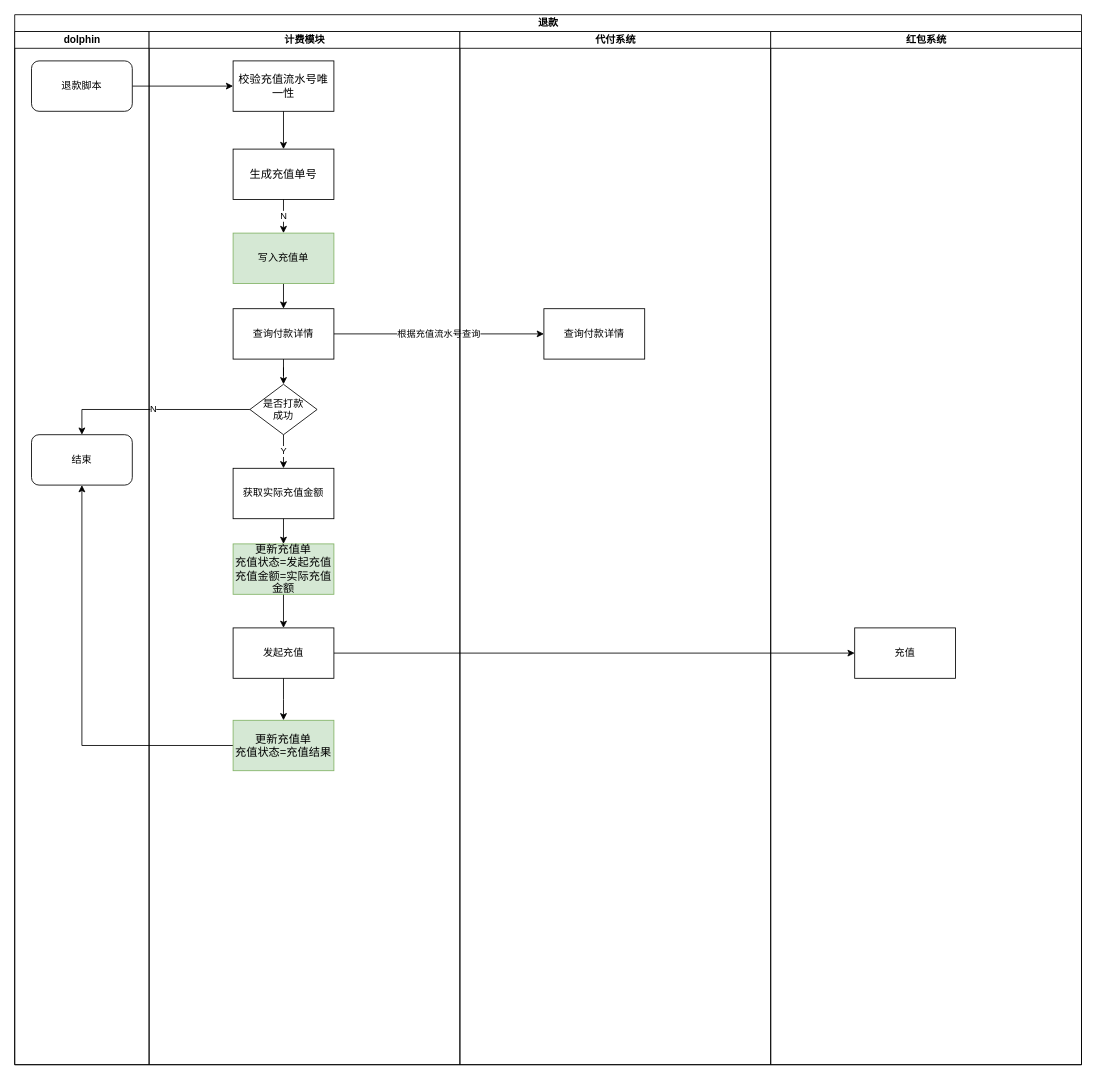
This is page "退款脚本" (7 of 8) of 商业化广告.drawio from pekah/Draw, a draw.io file, before an edit. Source tidied: cells renumbered, new cells numbered last; positions are measured from the earlier drawing's top-left corner, leaving out a move shared by most shapes. Both pictures are drawn from the tidied source at 84%, with x=0, y=0 at pixel (14, 14).
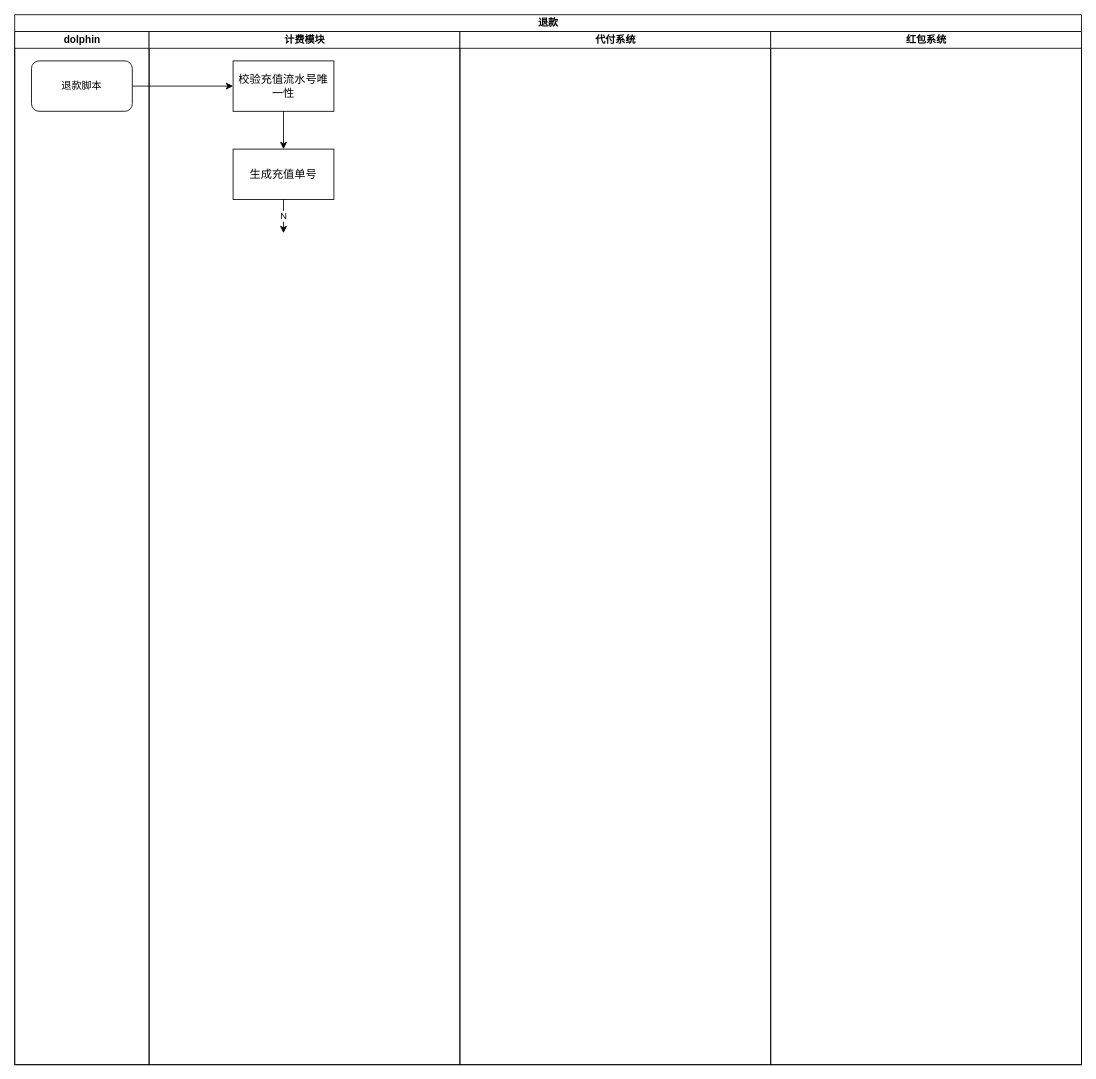
After the change.

The change refers to these unchanged cells:
```xml
<mxCell id="2" value="退款" style="swimlane;html=1;startSize=20;" parent="1" vertex="1">
  <mxGeometry width="1270" height="1250" as="geometry" />
</mxCell>
<mxCell id="4" value="dolphin" style="swimlane;html=1;startSize=20;" parent="2" vertex="1">
  <mxGeometry y="20" width="160" height="1230" as="geometry" />
</mxCell>
<mxCell id="11" value="计费模块" style="swimlane;html=1;startSize=20;" parent="2" vertex="1">
  <mxGeometry x="160" y="20" width="370" height="1230" as="geometry" />
</mxCell>
<mxCell id="26" value="代付系统" style="swimlane;html=1;startSize=20;" parent="2" vertex="1">
  <mxGeometry x="530" y="20" width="370" height="1230" as="geometry" />
</mxCell>
<mxCell id="28" value="红包系统" style="swimlane;html=1;startSize=20;" parent="2" vertex="1">
  <mxGeometry x="900" y="20" width="370" height="1230" as="geometry" />
</mxCell>
```

What changed in the source:
```diff
@@
-    <mxCell id="6" value="结束" style="rounded=1;whiteSpace=wrap;html=1;" parent="4" vertex="1">
-      <mxGeometry x="20" y="480" width="120" height="60" as="geometry" />
-    </mxCell>
-    <mxCell id="7" value="根据充值流水号查询" style="edgeStyle=orthogonalEdgeStyle;rounded=0;jettySize=auto;html=1;exitX=1;exitY=0.5;exitDx=0;exitDy=0;entryX=0;entryY=0.5;entryDx=0;entryDy=0;" parent="2" edge="1" source="15" target="27">
-      <mxGeometry relative="1" as="geometry" />
-    </mxCell>
-    <mxCell id="8" value="N" style="edgeStyle=orthogonalEdgeStyle;rounded=0;jettySize=auto;html=1;entryX=0.5;entryY=0;entryDx=0;entryDy=0;" parent="2" edge="1" source="17" target="6">
-      <mxGeometry relative="1" as="geometry" />
-    </mxCell>
-    <mxCell id="9" style="edgeStyle=orthogonalEdgeStyle;rounded=0;jettySize=auto;html=1;exitX=1;exitY=0.5;exitDx=0;exitDy=0;" parent="2" edge="1" source="22" target="29">
-      <mxGeometry relative="1" as="geometry" />
-    </mxCell>
-    <mxCell id="10" style="edgeStyle=orthogonalEdgeStyle;rounded=0;jettySize=auto;html=1;entryX=0.5;entryY=1;entryDx=0;entryDy=0;" parent="2" edge="1" source="23" target="6">
-      <mxGeometry relative="1" as="geometry" />
-    </mxCell>
@@
-    <mxCell id="15" value="查询付款详情" style="rounded=0;whiteSpace=wrap;html=1;" parent="11" vertex="1">
-      <mxGeometry x="100" y="330" width="120" height="60" as="geometry" />
-    </mxCell>
@@
-    <mxCell id="17" value="是否打款&lt;br&gt;成功" style="rhombus;whiteSpace=wrap;html=1;" parent="11" vertex="1">
-      <mxGeometry x="120" y="420" width="80" height="60" as="geometry" />
-    </mxCell>
-    <mxCell id="18" style="edgeStyle=orthogonalEdgeStyle;rounded=0;jettySize=auto;html=1;exitX=0.5;exitY=1;exitDx=0;exitDy=0;" parent="11" edge="1" source="15" target="17">
-      <mxGeometry relative="1" as="geometry" />
-    </mxCell>
-    <mxCell id="19" value="获取实际充值金额" style="rounded=0;whiteSpace=wrap;html=1;" parent="11" vertex="1">
-      <mxGeometry x="100" y="520" width="120" height="60" as="geometry" />
-    </mxCell>
-    <mxCell id="20" style="edgeStyle=orthogonalEdgeStyle;rounded=0;jettySize=auto;html=1;exitX=0.5;exitY=1;exitDx=0;exitDy=0;entryX=0.5;entryY=0;entryDx=0;entryDy=0;" parent="11" edge="1" source="21" target="22">
-      <mxGeometry relative="1" as="geometry" />
-    </mxCell>
-    <mxCell id="21" value="&lt;span style=&quot;font-size: 13.3333px&quot;&gt;更新充值单&lt;/span&gt;&lt;br style=&quot;font-size: 13.3333px&quot;&gt;&lt;span style=&quot;font-size: 13.3333px&quot;&gt;充值状态=发起充值&lt;br&gt;充值金额=实际充值金额&lt;br&gt;&lt;/span&gt;" style="rounded=0;whiteSpace=wrap;html=1;fillColor=#d5e8d4;strokeColor=#82b366;" parent="11" vertex="1">
-      <mxGeometry x="100" y="610" width="120" height="60" as="geometry" />
-    </mxCell>
-    <mxCell id="22" value="发起充值" style="rounded=0;whiteSpace=wrap;html=1;" parent="11" vertex="1">
-      <mxGeometry x="100" y="710" width="120" height="60" as="geometry" />
-    </mxCell>
-    <mxCell id="23" value="&lt;span style=&quot;font-size: 13.3333px&quot;&gt;更新充值单&lt;br&gt;充值状态=充值结果&lt;br&gt;&lt;/span&gt;" style="rounded=0;whiteSpace=wrap;html=1;fillColor=#d5e8d4;strokeColor=#82b366;" parent="11" vertex="1">
-      <mxGeometry x="100" y="820" width="120" height="60" as="geometry" />
-    </mxCell>
-    <mxCell id="24" style="edgeStyle=orthogonalEdgeStyle;rounded=0;jettySize=auto;html=1;exitX=0.5;exitY=1;exitDx=0;exitDy=0;entryX=0.5;entryY=0;entryDx=0;entryDy=0;" parent="11" edge="1" source="25" target="15">
-      <mxGeometry relative="1" as="geometry" />
-    </mxCell>
-    <mxCell id="25" value="写入充值单" style="rounded=0;whiteSpace=wrap;html=1;fillColor=#d5e8d4;strokeColor=#82b366;" parent="11" vertex="1">
-      <mxGeometry x="100" y="240" width="120" height="60" as="geometry" />
-    </mxCell>
@@
-    <mxCell id="27" value="查询付款详情" style="rounded=0;whiteSpace=wrap;html=1;" parent="26" vertex="1">
-      <mxGeometry x="100" y="330" width="120" height="60" as="geometry" />
-    </mxCell>
@@
-    <mxCell id="29" value="充值" style="rounded=0;whiteSpace=wrap;html=1;" parent="28" vertex="1">
-      <mxGeometry x="100" y="710" width="120" height="60" as="geometry" />
-    </mxCell>
-    <mxCell id="30" value="Y" style="edgeStyle=orthogonalEdgeStyle;rounded=0;jettySize=auto;html=1;exitX=0.5;exitY=1;exitDx=0;exitDy=0;" parent="1" edge="1" source="17">
-      <mxGeometry relative="1" as="geometry">
-        <mxPoint x="320" y="540" as="targetPoint" />
-      </mxGeometry>
-    </mxCell>
-    <mxCell id="31" style="edgeStyle=orthogonalEdgeStyle;rounded=0;jettySize=auto;html=1;exitX=0.5;exitY=1;exitDx=0;exitDy=0;" parent="1" edge="1" source="19">
-      <mxGeometry relative="1" as="geometry">
-        <mxPoint x="320" y="630" as="targetPoint" />
-      </mxGeometry>
-    </mxCell>
-    <mxCell id="32" style="edgeStyle=orthogonalEdgeStyle;rounded=0;jettySize=auto;html=1;exitX=0.5;exitY=1;exitDx=0;exitDy=0;" parent="1" edge="1" source="22">
-      <mxGeometry relative="1" as="geometry">
-        <mxPoint x="320" y="840" as="targetPoint" />
-      </mxGeometry>
-    </mxCell>
```
